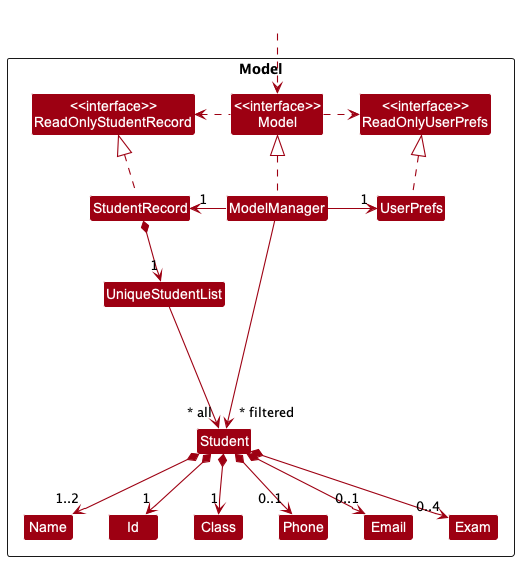
The PlantUML diagram docs/images/ModelClassDiagram.png in nus-cs2103-AY2223S1/tp, before a commit.
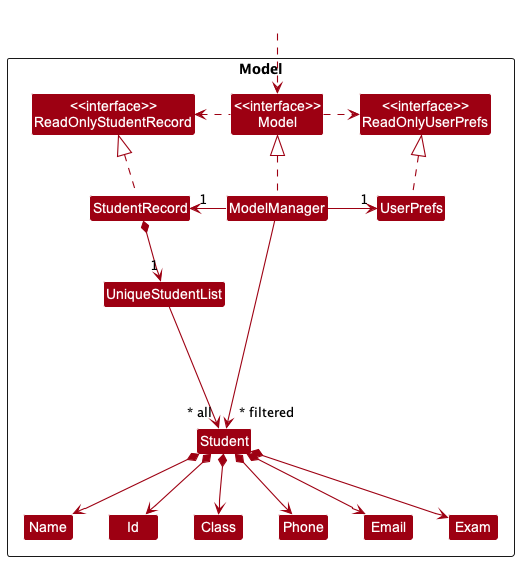
The same diagram one commit later.

What changed in the source:
```diff
@@ -39,12 +39,12 @@
 UniqueStudentList ---> "~* all" Student
 ModelManager -->"~* filtered" Student
 
-Student *--> "1..2" Name
-Student *--> "1" Id
-Student *--> "1" Class
-Student *--> "0..1" Phone
-Student *--> "0..1" Email
-Student *--> "0..4" Exam
+Student *--> Name
+Student *--> Id
+Student *--> Class
+Student *--> Phone
+Student *--> Email
+Student *--> Exam
 
 Name -[hidden]right-> Id
 Id -[hidden]right-> Class
```
